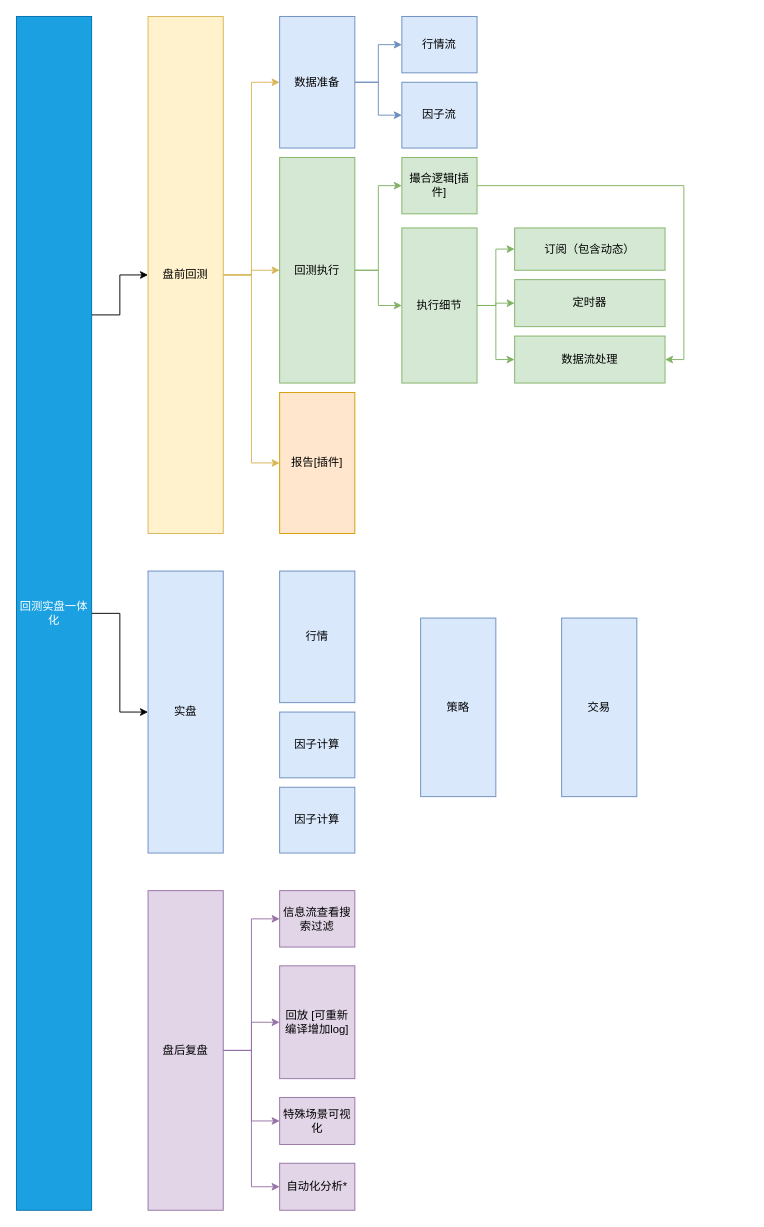
This is Untitled Diagram.drawio from ayizhi/backtest-draw-io, a draw.io file, before an edit. Source tidied: cells renumbered, new cells numbered last; positions are measured from the earlier drawing's top-left corner, leaving out a move shared by most shapes. Both pictures are drawn from the tidied source at 94%, with x=0, y=0 at pixel (16, 16).
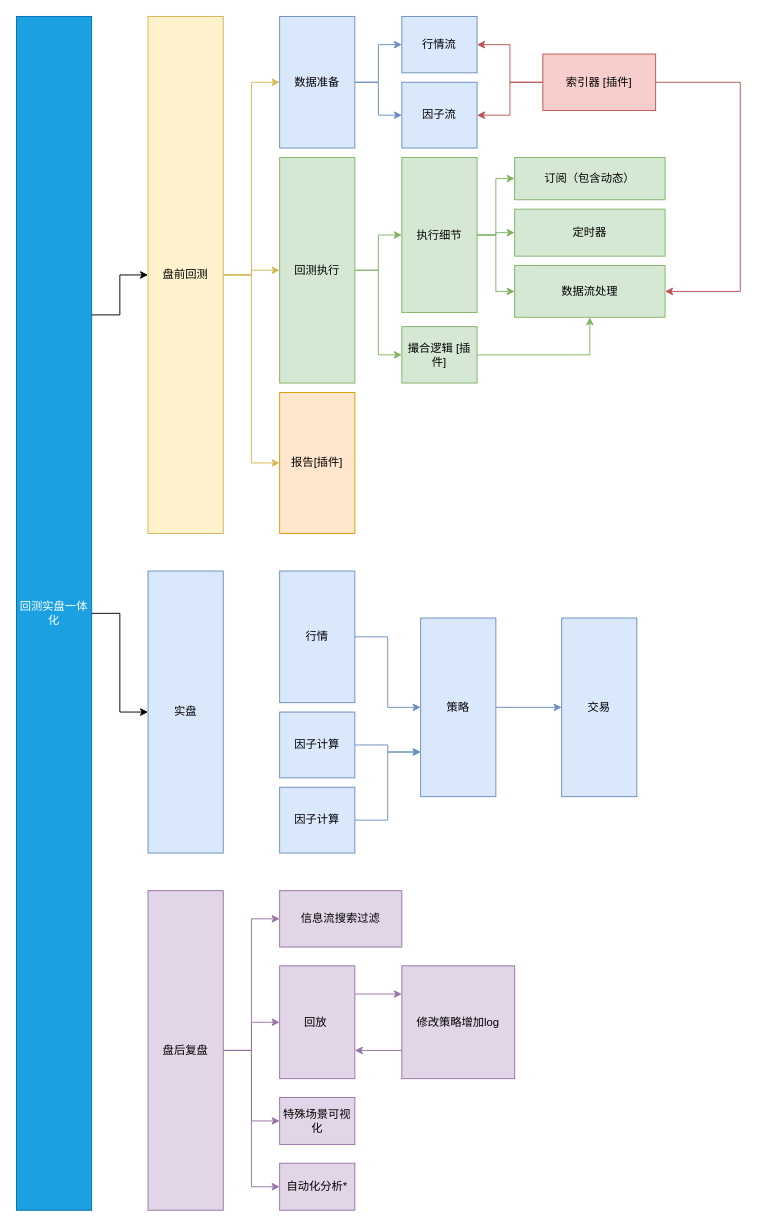
The same page after the edit.

Unchanged cells that the change refers to:
```xml
<mxCell id="21" value="行情流" style="rounded=0;whiteSpace=wrap;html=1;fillColor=#dae8fc;strokeColor=#6c8ebf;" parent="1" vertex="1">
  <mxGeometry x="410" width="80" height="60" as="geometry" />
</mxCell>
<mxCell id="22" value="因子流" style="rounded=0;whiteSpace=wrap;html=1;fillColor=#dae8fc;strokeColor=#6c8ebf;" parent="1" vertex="1">
  <mxGeometry x="410" y="70" width="80" height="70" as="geometry" />
</mxCell>
<mxCell id="28" value="行情" style="rounded=0;whiteSpace=wrap;html=1;fillColor=#dae8fc;strokeColor=#6c8ebf;" parent="1" vertex="1">
  <mxGeometry x="280" y="590" width="80" height="140" as="geometry" />
</mxCell>
<mxCell id="29" value="交易" style="rounded=0;whiteSpace=wrap;html=1;fillColor=#dae8fc;strokeColor=#6c8ebf;" parent="1" vertex="1">
  <mxGeometry x="580" y="640" width="80" height="190" as="geometry" />
</mxCell>
<mxCell id="30" value="策略" style="rounded=0;whiteSpace=wrap;html=1;fillColor=#dae8fc;strokeColor=#6c8ebf;" parent="1" vertex="1">
  <mxGeometry x="430" y="640" width="80" height="190" as="geometry" />
</mxCell>
<mxCell id="31" value="因子计算" style="rounded=0;whiteSpace=wrap;html=1;fillColor=#dae8fc;strokeColor=#6c8ebf;" parent="1" vertex="1">
  <mxGeometry x="280" y="740" width="80" height="70" as="geometry" />
</mxCell>
<mxCell id="41" value="因子计算" style="rounded=0;whiteSpace=wrap;html=1;fillColor=#dae8fc;strokeColor=#6c8ebf;" parent="1" vertex="1">
  <mxGeometry x="280" y="820" width="80" height="70" as="geometry" />
</mxCell>
```

What changed in the source:
```diff
@@
-    <mxCell id="12" style="edgeStyle=orthogonalEdgeStyle;rounded=0;jettySize=auto;html=1;exitX=1;exitY=0.5;exitDx=0;exitDy=0;entryX=1;entryY=0.5;entryDx=0;entryDy=0;fillColor=#d5e8d4;strokeColor=#82b366;" parent="1" edge="1" source="13" target="25">
+    <mxCell id="12" style="edgeStyle=orthogonalEdgeStyle;rounded=0;jettySize=auto;html=1;exitX=1;exitY=0.5;exitDx=0;exitDy=0;entryX=0.5;entryY=1;entryDx=0;entryDy=0;fillColor=#d5e8d4;strokeColor=#82b366;" parent="1" edge="1" source="13" target="25">
       <mxGeometry relative="1" as="geometry" />
     </mxCell>
-    <mxCell id="13" value="撮合逻辑[插件]" style="rounded=0;whiteSpace=wrap;html=1;fillColor=#d5e8d4;strokeColor=#82b366;" parent="1" vertex="1">
-      <mxGeometry x="410" y="150" width="80" height="60" as="geometry" />
+    <mxCell id="13" value="撮合逻辑 [插件]" style="rounded=0;whiteSpace=wrap;html=1;fillColor=#d5e8d4;strokeColor=#82b366;" parent="1" vertex="1">
+      <mxGeometry x="410" y="330" width="80" height="60" as="geometry" />
     </mxCell>
@@
     <mxCell id="20" value="执行细节" style="rounded=0;whiteSpace=wrap;html=1;fillColor=#d5e8d4;strokeColor=#82b366;" parent="1" vertex="1">
-      <mxGeometry x="410" y="225" width="80" height="165" as="geometry" />
+      <mxGeometry x="410" y="150" width="80" height="165" as="geometry" />
     </mxCell>
@@
     <mxCell id="23" value="订阅（包含动态）" style="rounded=0;whiteSpace=wrap;html=1;fillColor=#d5e8d4;strokeColor=#82b366;" parent="1" vertex="1">
-      <mxGeometry x="530" y="225" width="160" height="45" as="geometry" />
+      <mxGeometry x="530" y="150" width="160" height="45" as="geometry" />
     </mxCell>
     <mxCell id="24" value="定时器" style="rounded=0;whiteSpace=wrap;html=1;fillColor=#d5e8d4;strokeColor=#82b366;" parent="1" vertex="1">
-      <mxGeometry x="530" y="280" width="160" height="50" as="geometry" />
+      <mxGeometry x="530" y="205" width="160" height="50" as="geometry" />
     </mxCell>
     <mxCell id="25" value="数据流处理" style="rounded=0;whiteSpace=wrap;html=1;fillColor=#d5e8d4;strokeColor=#82b366;" parent="1" vertex="1">
-      <mxGeometry x="530" y="340" width="160" height="50" as="geometry" />
+      <mxGeometry x="530" y="265" width="160" height="55" as="geometry" />
     </mxCell>
@@
+    <mxCell id="42" style="edgeStyle=orthogonalEdgeStyle;rounded=0;jettySize=auto;html=1;exitX=1;exitY=0.5;exitDx=0;exitDy=0;entryX=0;entryY=0.5;entryDx=0;entryDy=0;fillColor=#dae8fc;strokeColor=#6c8ebf;" parent="1" edge="1" source="28" target="30">
+      <mxGeometry relative="1" as="geometry" />
+    </mxCell>
@@
+    <mxCell id="43" style="edgeStyle=orthogonalEdgeStyle;rounded=0;jettySize=auto;html=1;exitX=1;exitY=0.5;exitDx=0;exitDy=0;fillColor=#dae8fc;strokeColor=#6c8ebf;" parent="1" edge="1" source="30" target="29">
+      <mxGeometry relative="1" as="geometry" />
+    </mxCell>
@@
+    <mxCell id="44" style="edgeStyle=orthogonalEdgeStyle;rounded=0;jettySize=auto;html=1;exitX=1;exitY=0.5;exitDx=0;exitDy=0;entryX=0;entryY=0.75;entryDx=0;entryDy=0;fillColor=#dae8fc;strokeColor=#6c8ebf;" parent="1" edge="1" source="31" target="30">
+      <mxGeometry relative="1" as="geometry" />
+    </mxCell>
@@
-    <mxCell id="37" value="信息流查看搜索过滤" style="rounded=0;whiteSpace=wrap;html=1;fillColor=#e1d5e7;strokeColor=#9673a6;" parent="1" vertex="1">
-      <mxGeometry x="280" y="930" width="80" height="60" as="geometry" />
+    <mxCell id="37" value="信息流搜索过滤" style="rounded=0;whiteSpace=wrap;html=1;fillColor=#e1d5e7;strokeColor=#9673a6;" parent="1" vertex="1">
+      <mxGeometry x="280" y="930" width="130" height="60" as="geometry" />
     </mxCell>
+    <mxCell id="45" style="edgeStyle=orthogonalEdgeStyle;rounded=0;jettySize=auto;html=1;exitX=1;exitY=0.25;exitDx=0;exitDy=0;entryX=0;entryY=0.25;entryDx=0;entryDy=0;fillColor=#e1d5e7;strokeColor=#9673a6;" parent="1" edge="1" source="38" target="48">
+      <mxGeometry relative="1" as="geometry" />
+    </mxCell>
-    <mxCell id="38" value="回放 [可重新编译增加log]" style="rounded=0;whiteSpace=wrap;html=1;fillColor=#e1d5e7;strokeColor=#9673a6;" parent="1" vertex="1">
+    <mxCell id="38" value="回放&amp;nbsp;" style="rounded=0;whiteSpace=wrap;html=1;fillColor=#e1d5e7;strokeColor=#9673a6;" parent="1" vertex="1">
       <mxGeometry x="280" y="1010" width="80" height="120" as="geometry" />
     </mxCell>
@@
+    <mxCell id="46" style="edgeStyle=orthogonalEdgeStyle;rounded=0;jettySize=auto;html=1;exitX=1;exitY=0.5;exitDx=0;exitDy=0;entryX=0;entryY=0.75;entryDx=0;entryDy=0;fillColor=#dae8fc;strokeColor=#6c8ebf;" parent="1" edge="1" source="41" target="30">
+      <mxGeometry relative="1" as="geometry" />
+    </mxCell>
@@
+    <mxCell id="47" style="edgeStyle=orthogonalEdgeStyle;rounded=0;jettySize=auto;html=1;exitX=0;exitY=0.75;exitDx=0;exitDy=0;entryX=1;entryY=0.75;entryDx=0;entryDy=0;fillColor=#e1d5e7;strokeColor=#9673a6;" parent="1" edge="1" source="48" target="38">
+      <mxGeometry relative="1" as="geometry" />
+    </mxCell>
+    <mxCell id="48" value="修改策略增加log" style="whiteSpace=wrap;html=1;fillColor=#e1d5e7;strokeColor=#9673a6;" parent="1" vertex="1">
+      <mxGeometry x="410" y="1010" width="120" height="120" as="geometry" />
+    </mxCell>
+    <mxCell id="49" style="edgeStyle=orthogonalEdgeStyle;rounded=0;jettySize=auto;html=1;exitX=0;exitY=0.5;exitDx=0;exitDy=0;entryX=1;entryY=0.5;entryDx=0;entryDy=0;fillColor=#f8cecc;strokeColor=#b85450;" parent="1" edge="1" source="52" target="21">
+      <mxGeometry relative="1" as="geometry" />
+    </mxCell>
+    <mxCell id="50" style="edgeStyle=orthogonalEdgeStyle;rounded=0;jettySize=auto;html=1;exitX=0;exitY=0.5;exitDx=0;exitDy=0;entryX=1;entryY=0.5;entryDx=0;entryDy=0;fillColor=#f8cecc;strokeColor=#b85450;" parent="1" edge="1" source="52" target="22">
+      <mxGeometry relative="1" as="geometry" />
+    </mxCell>
+    <mxCell id="51" style="edgeStyle=orthogonalEdgeStyle;rounded=0;jettySize=auto;html=1;exitX=1;exitY=0.5;exitDx=0;exitDy=0;entryX=1;entryY=0.5;entryDx=0;entryDy=0;fillColor=#f8cecc;strokeColor=#b85450;" parent="1" edge="1" source="52" target="25">
+      <mxGeometry relative="1" as="geometry">
+        <Array as="points">
+          <mxPoint x="770" y="70" />
+          <mxPoint x="770" y="293" />
+        </Array>
+      </mxGeometry>
+    </mxCell>
+    <mxCell id="52" value="索引器 [插件]" style="rounded=0;whiteSpace=wrap;html=1;fillColor=#f8cecc;strokeColor=#b85450;" parent="1" vertex="1">
+      <mxGeometry x="560" y="40" width="120" height="60" as="geometry" />
+    </mxCell>
```
